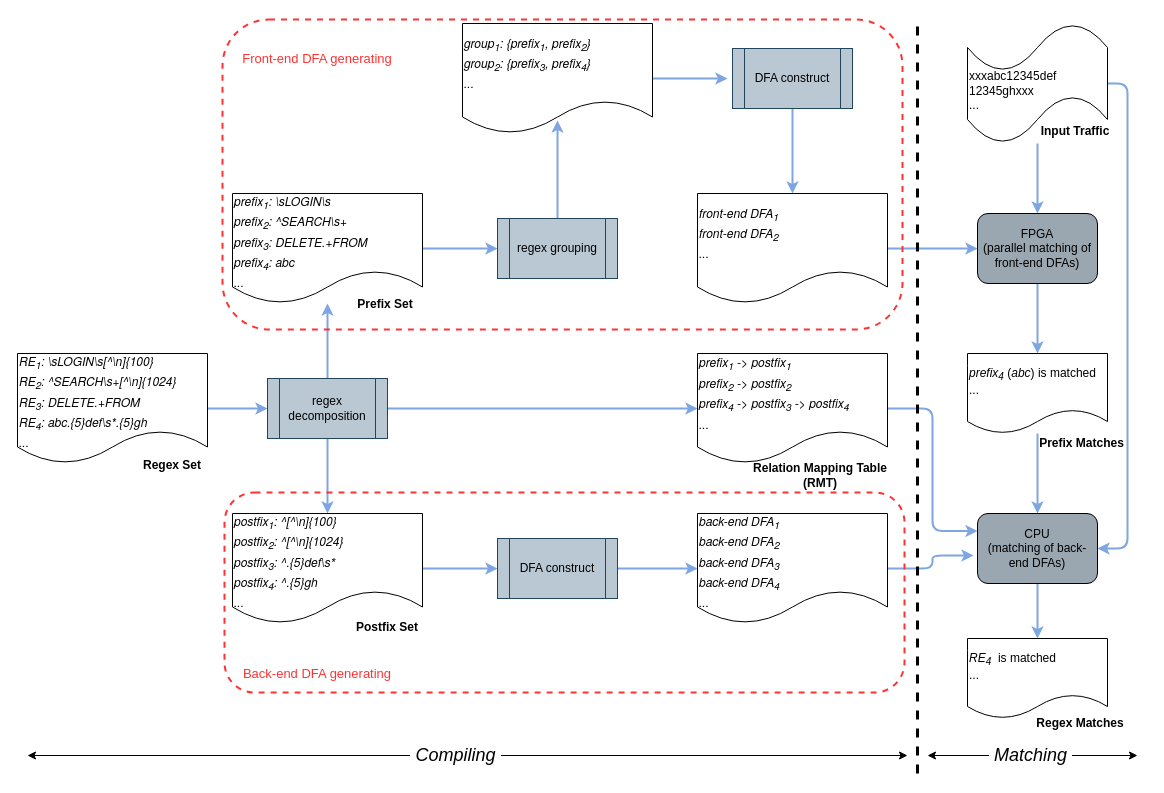
This is HFCA_arch_detail.drawio from daveMmd/hello-world, a draw.io file, before an edit. Source tidied: cells renumbered, new cells numbered last; positions are measured from the earlier drawing's top-left corner, leaving out a move shared by most shapes. Both pictures are drawn from the tidied source at 100%, with x=0, y=0 at pixel (17, 19).
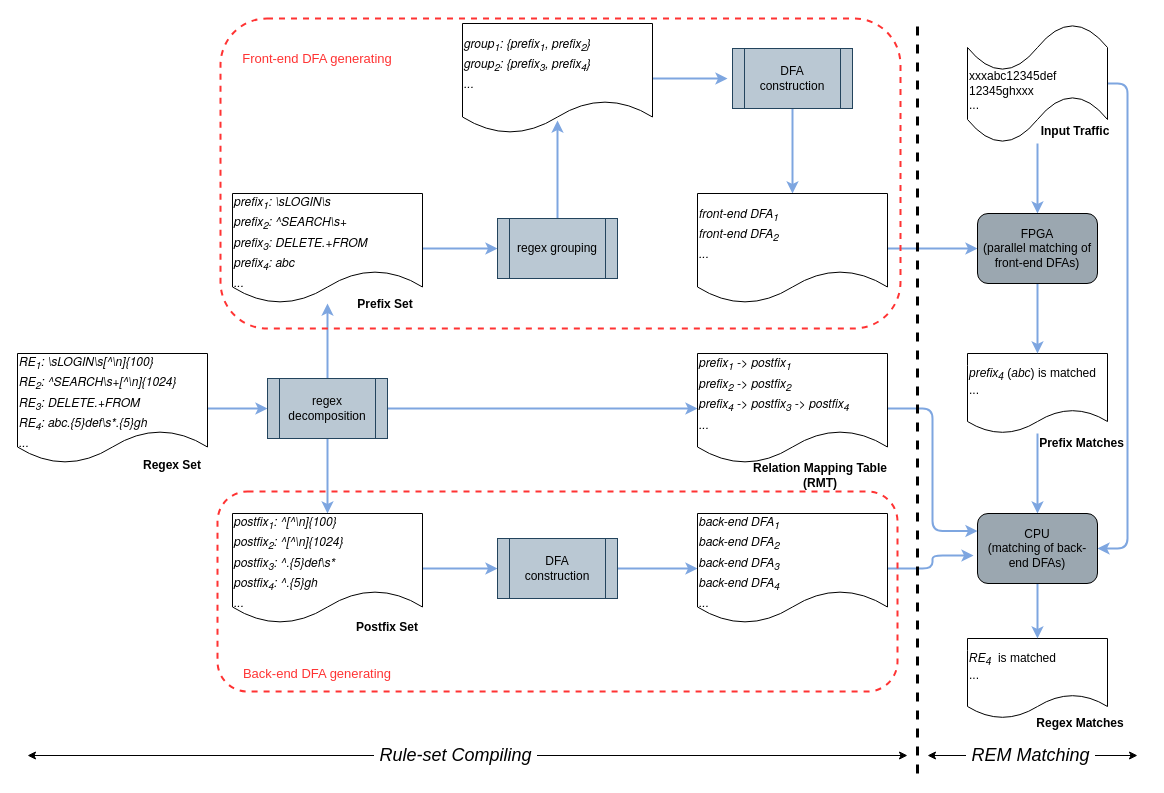
The same diagram, later.

Unchanged cells that the change refers to:
```xml
<mxCell id="40" style="endArrow=classic;startArrow=classic;html=1;" parent="1" edge="1">
  <mxGeometry relative="1" as="geometry">
    <mxPoint x="10" y="736" as="sourcePoint" />
    <mxPoint x="890" y="736" as="targetPoint" />
  </mxGeometry>
</mxCell>
<mxCell id="42" style="endArrow=classic;startArrow=classic;html=1;" parent="1" edge="1">
  <mxGeometry relative="1" as="geometry">
    <mxPoint x="910" y="736" as="sourcePoint" />
    <mxPoint x="1120" y="736" as="targetPoint" />
  </mxGeometry>
</mxCell>
```

Diff of the diagram source:
```diff
@@
-    <mxCell id="17" value="DFA construct" style="shape=process;whiteSpace=wrap;html=1;backgroundOutline=1;fillColor=#bac8d3;strokeColor=#23445d;" parent="1" vertex="1">
+    <mxCell id="17" value="DFA &lt;br&gt;construction" style="shape=process;whiteSpace=wrap;html=1;backgroundOutline=1;fillColor=#bac8d3;strokeColor=#23445d;" parent="1" vertex="1">
       <mxGeometry x="715" y="29" width="120" height="60" as="geometry" />
     </mxCell>
@@
-    <mxCell id="19" value="DFA construct" style="shape=process;whiteSpace=wrap;html=1;backgroundOutline=1;fillColor=#bac8d3;strokeColor=#23445d;" parent="1" vertex="1">
+    <mxCell id="19" value="DFA &lt;br&gt;construction" style="shape=process;whiteSpace=wrap;html=1;backgroundOutline=1;fillColor=#bac8d3;strokeColor=#23445d;" parent="1" vertex="1">
       <mxGeometry x="480" y="519" width="120" height="60" as="geometry" />
     </mxCell>
@@
-    <mxCell id="41" value="&lt;i&gt;&lt;font style=&quot;font-size: 18px&quot;&gt;&amp;nbsp;Compiling&amp;nbsp;&lt;/font&gt;&lt;/i&gt;" style="edgeLabel;html=1;align=center;verticalAlign=middle;" parent="40" vertex="1">
+    <mxCell id="41" value="&lt;i&gt;&lt;font style=&quot;font-size: 18px&quot;&gt;&amp;nbsp;Rule-set Compiling&amp;nbsp;&lt;/font&gt;&lt;/i&gt;" style="edgeLabel;html=1;align=center;verticalAlign=middle;" parent="40" vertex="1">
       <mxGeometry x="-0.03" y="-2" relative="1" as="geometry">
         <mxPoint y="-3" as="offset" />
       </mxGeometry>
     </mxCell>
@@
-    <mxCell id="43" value="&lt;i&gt;&lt;font style=&quot;font-size: 18px&quot;&gt;&amp;nbsp;Matching&amp;nbsp;&lt;/font&gt;&lt;/i&gt;" style="edgeLabel;html=1;align=center;verticalAlign=middle;" parent="42" vertex="1">
+    <mxCell id="43" value="&lt;i&gt;&lt;font style=&quot;font-size: 18px&quot;&gt;&amp;nbsp;REM Matching&amp;nbsp;&lt;/font&gt;&lt;/i&gt;" style="edgeLabel;html=1;align=center;verticalAlign=middle;" parent="42" vertex="1">
       <mxGeometry x="-0.03" y="-2" relative="1" as="geometry">
         <mxPoint y="-3" as="offset" />
       </mxGeometry>
     </mxCell>
@@
     <mxCell id="48" style="rounded=1;whiteSpace=wrap;html=1;shadow=0;glass=0;sketch=0;fillColor=none;dashed=1;strokeWidth=2;strokeColor=#FF3333;" parent="1" vertex="1">
-      <mxGeometry x="205" width="680" height="310" as="geometry" />
+      <mxGeometry x="203" y="-1" width="680" height="310" as="geometry" />
     </mxCell>
     <mxCell id="49" style="rounded=1;whiteSpace=wrap;html=1;shadow=0;glass=0;sketch=0;fillColor=none;dashed=1;strokeWidth=2;strokeColor=#FF3333;" parent="1" vertex="1">
-      <mxGeometry x="207" y="473" width="680" height="200" as="geometry" />
+      <mxGeometry x="200" y="472" width="680" height="200" as="geometry" />
     </mxCell>
```
